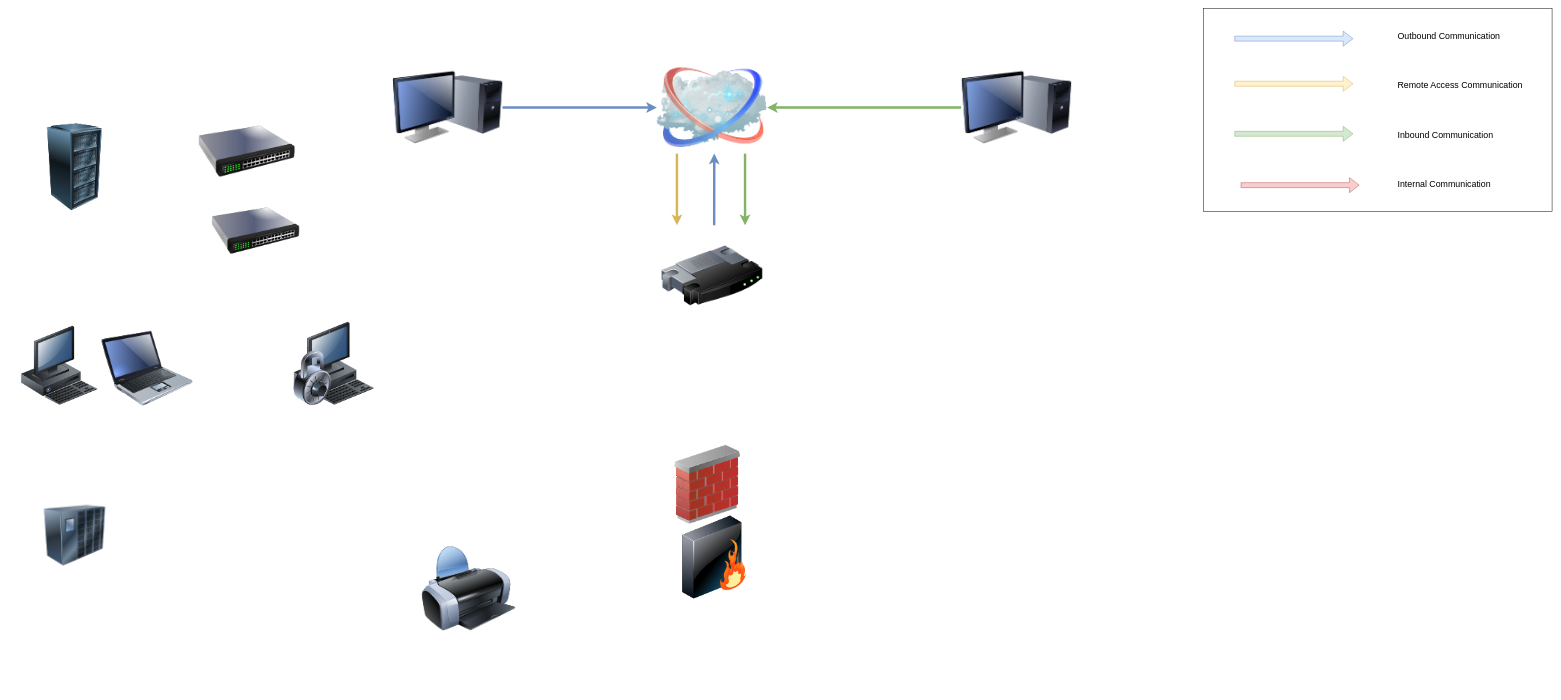
This is network_topology/Network_Topology_Merger_1.drawio from mehrunes77/Portfolio, a draw.io file, before an edit. Source tidied: cells renumbered, new cells numbered last; positions are measured from the earlier drawing's top-left corner, leaving out a move shared by most shapes. Both pictures are drawn from the tidied source at 49%, with x=0, y=0 at pixel (8, 8).
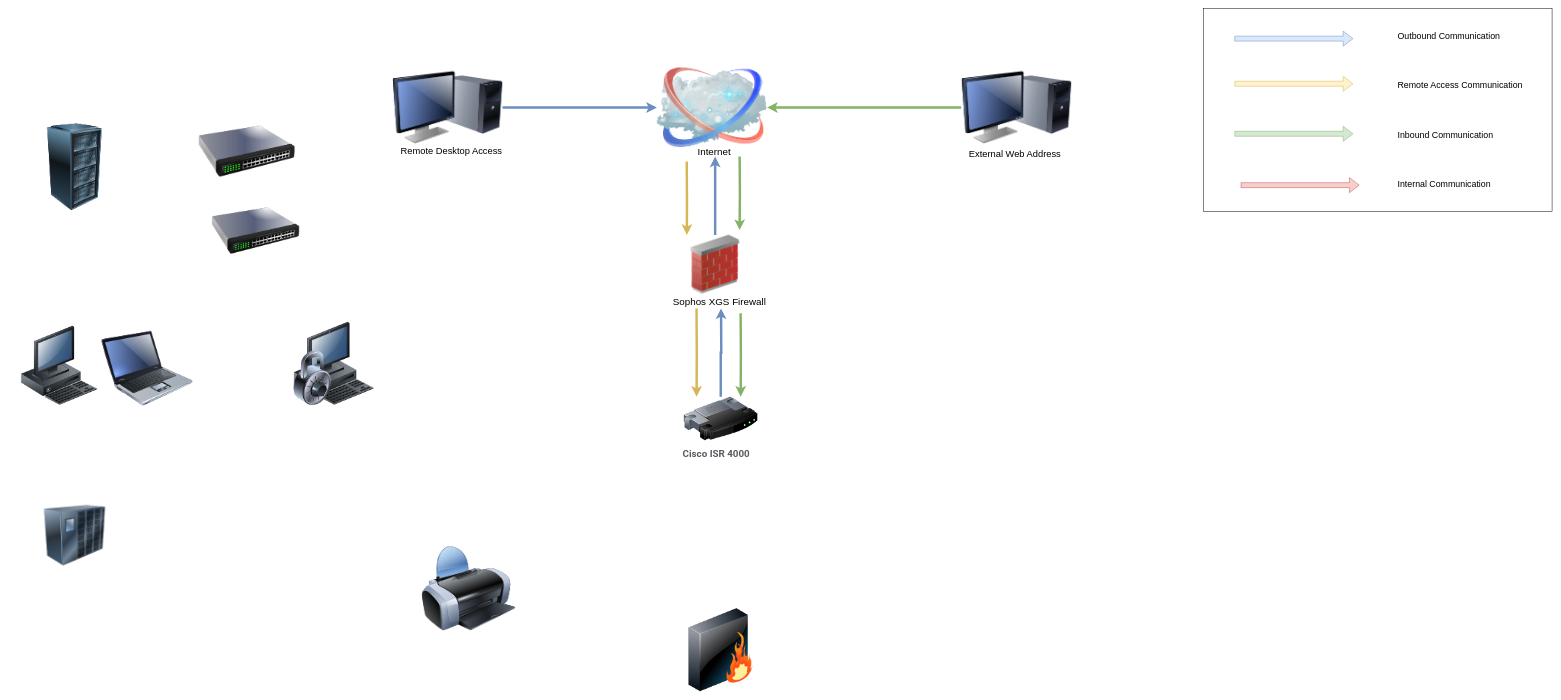
After the change.

What changed in the source:
```diff
@@
-    <mxCell id="7" style="edgeStyle=orthogonalEdgeStyle;rounded=0;orthogonalLoop=1;jettySize=auto;html=1;entryX=0.5;entryY=0;entryDx=0;entryDy=0;strokeWidth=5;fillColor=#d5e8d4;strokeColor=#82b366;" parent="1" edge="1">
-      <mxGeometry relative="1" as="geometry">
-        <mxPoint x="1503" y="296" as="sourcePoint" />
-        <mxPoint x="1503" y="442" as="targetPoint" />
-      </mxGeometry>
-    </mxCell>
+    <mxCell id="28" style="edgeStyle=orthogonalEdgeStyle;rounded=0;orthogonalLoop=1;jettySize=auto;html=1;strokeWidth=5;fillColor=#fff2cc;strokeColor=#d6b656;" parent="1" edge="1">
+      <mxGeometry relative="1" as="geometry">
+        <mxPoint x="1384" y="312" as="sourcePoint" />
+        <mxPoint x="1384.3" y="462" as="targetPoint" />
+      </mxGeometry>
+    </mxCell>
+    <mxCell id="29" style="edgeStyle=orthogonalEdgeStyle;rounded=0;orthogonalLoop=1;jettySize=auto;html=1;fillColor=#d5e8d4;strokeColor=#82b366;strokeWidth=5;" parent="1" edge="1">
+      <mxGeometry relative="1" as="geometry">
+        <mxPoint x="1492" y="302" as="sourcePoint" />
+        <mxPoint x="1491.9" y="452" as="targetPoint" />
+      </mxGeometry>
+    </mxCell>
-    <mxCell id="8" style="image;html=1;image=img/lib/clip_art/networking/Cloud_128x128.png;" parent="1" vertex="1">
+    <mxCell id="8" style="image;html=1;image=img/lib/clip_art/networking/Cloud_128x128.png;points=[[0,0,0,0,0],[0,0.25,0,0,0],[0,0.5,0,0,0],[0,0.75,0,0,0],[0,1,0,0,0],[0.25,0,0,0,0],[0.25,1,0,0,0],[0.5,0,0,0,0],[0.5,1,0,0,0],[0.75,0,0,0,0],[0.75,1,0,0,0],[1,0,0,0,0],[1,0.25,0,0,0],[1,0.5,0,0,0],[1,0.75,0,0,0],[1,1,0,0,0]];" parent="1" vertex="1">
       <mxGeometry x="1323" y="108" width="225" height="188" as="geometry" />
     </mxCell>
+    <mxCell id="30" style="edgeStyle=orthogonalEdgeStyle;rounded=0;jettySize=auto;html=1;fillColor=#dae8fc;strokeColor=#6c8ebf;strokeWidth=5;" parent="1" edge="1" source="9">
+      <mxGeometry relative="1" as="geometry">
+        <mxPoint x="1442" y="302" as="targetPoint" />
+      </mxGeometry>
+    </mxCell>
+    <mxCell id="31" style="edgeStyle=orthogonalEdgeStyle;rounded=0;orthogonalLoop=1;jettySize=auto;html=1;fillColor=#fff2cc;strokeColor=#d6b656;strokeWidth=5;" parent="1" edge="1">
+      <mxGeometry relative="1" as="geometry">
+        <mxPoint x="1404" y="612" as="sourcePoint" />
+        <mxPoint x="1404.1" y="792" as="targetPoint" />
+      </mxGeometry>
+    </mxCell>
+    <mxCell id="32" style="edgeStyle=orthogonalEdgeStyle;rounded=0;orthogonalLoop=1;jettySize=auto;html=1;fillColor=#d5e8d4;strokeColor=#82b366;strokeWidth=5;" parent="1" edge="1">
+      <mxGeometry relative="1" as="geometry">
+        <mxPoint x="1494" y="622" as="sourcePoint" />
+        <mxPoint x="1494.1" y="792" as="targetPoint" />
+      </mxGeometry>
+    </mxCell>
-    <mxCell id="9" style="image;html=1;image=img/lib/clip_art/networking/Firewall_02_128x128.png;" parent="1" vertex="1">
-      <mxGeometry x="1305" y="891" width="243" height="161" as="geometry" />
+    <mxCell id="9" style="image;html=1;image=img/lib/clip_art/networking/Firewall_02_128x128.png;points=[[0,0,0,0,0],[0,0.25,0,0,0],[0,0.5,0,0,0],[0,0.75,0,0,0],[0,1,0,0,0],[0.25,0,0,0,0],[0.25,1,0,0,0],[0.5,0,0,0,0],[0.5,1,0,0,0],[0.75,0,0,0,0],[0.75,1,0,0,0],[1,0,0,0,0],[1,0.25,0,0,0],[1,0.5,0,0,0],[1,0.75,0,0,0],[1,1,0,0,0]];" parent="1" vertex="1">
+      <mxGeometry x="1384" y="462" width="116" height="120" as="geometry" />
     </mxCell>
     <mxCell id="10" style="image;html=1;image=img/lib/clip_art/networking/Firewall_128x128.png;" parent="1" vertex="1">
-      <mxGeometry x="1364" y="1035" width="153" height="170" as="geometry" />
+      <mxGeometry x="1377" y="1224" width="153" height="170" as="geometry" />
     </mxCell>
@@
-    <mxCell id="25" style="edgeStyle=orthogonalEdgeStyle;rounded=0;orthogonalLoop=1;jettySize=auto;html=1;entryX=0.25;entryY=1;entryDx=0;entryDy=0;fillColor=#dae8fc;strokeColor=#6c8ebf;strokeWidth=5;" parent="1" edge="1">
-      <mxGeometry relative="1" as="geometry">
-        <mxPoint x="1440" y="442" as="sourcePoint" />
-        <mxPoint x="1440.2" y="296" as="targetPoint" />
-        <Array as="points">
-          <mxPoint x="1439.9" y="423" />
-          <mxPoint x="1439.9" y="423" />
-        </Array>
-      </mxGeometry>
-    </mxCell>
     <mxCell id="26" style="image;html=1;image=img/lib/clip_art/networking/Router_128x128.png;" parent="1" vertex="1">
-      <mxGeometry x="1331.8" y="442" width="207.5" height="206" as="geometry" />
+      <mxGeometry x="1376.8" y="792" width="153.2" height="90" as="geometry" />
     </mxCell>
-    <mxCell id="27" style="edgeStyle=orthogonalEdgeStyle;rounded=0;orthogonalLoop=1;jettySize=auto;html=1;entryX=0.5;entryY=0;entryDx=0;entryDy=0;strokeWidth=5;fillColor=#fff2cc;strokeColor=#d6b656;" parent="1" edge="1">
-      <mxGeometry relative="1" as="geometry">
-        <mxPoint x="1364" y="296" as="sourcePoint" />
-        <mxPoint x="1364" y="442" as="targetPoint" />
-      </mxGeometry>
-    </mxCell>
+    <mxCell id="33" style="edgeStyle=orthogonalEdgeStyle;rounded=0;jettySize=auto;html=1;strokeWidth=5;fillColor=#dae8fc;strokeColor=#6c8ebf;" parent="1" edge="1" source="26">
+      <mxGeometry relative="1" as="geometry">
+        <mxPoint x="1454" y="612" as="targetPoint" />
+      </mxGeometry>
+    </mxCell>
+    <mxCell id="34" value="&lt;font style=&quot;font-size: 19px;&quot;&gt;Remote Desktop Access&lt;/font&gt;" style="text;html=1;whiteSpace=wrap;strokeColor=none;fillColor=none;align=center;verticalAlign=middle;rounded=0;" parent="1" vertex="1">
+      <mxGeometry x="714" y="277" width="380" height="30" as="geometry" />
+    </mxCell>
+    <mxCell id="35" value="&lt;font style=&quot;font-size: 19px;&quot;&gt;External Web Address&lt;/font&gt;" style="text;html=1;whiteSpace=wrap;strokeColor=none;fillColor=none;align=center;verticalAlign=middle;rounded=0;" parent="1" vertex="1">
+      <mxGeometry x="1864" y="282.5" width="380" height="30" as="geometry" />
+    </mxCell>
+    <mxCell id="36" value="&lt;font style=&quot;font-size: 20px;&quot;&gt;Sophos XGS Firewall&lt;/font&gt;" style="text;html=1;whiteSpace=wrap;strokeColor=none;fillColor=none;align=center;verticalAlign=middle;rounded=0;" parent="1" vertex="1">
+      <mxGeometry x="1348.4" y="582" width="205.6" height="30" as="geometry" />
+    </mxCell>
+    <mxCell id="37" value="&lt;font style=&quot;font-size: 20px;&quot;&gt;Internet&lt;/font&gt;&amp;nbsp;" style="text;html=1;whiteSpace=wrap;strokeColor=none;fillColor=none;align=center;verticalAlign=middle;rounded=0;" parent="1" vertex="1">
+      <mxGeometry x="1412" y="277" width="60" height="30" as="geometry" />
+    </mxCell>
+    <mxCell id="38" value="&lt;font style=&quot;font-size: 20px;&quot;&gt;&lt;span style=&quot;color: rgb(86, 89, 94); font-family: &amp;quot;Google Sans&amp;quot;, Roboto, Arial, sans-serif; text-align: start; background-color: rgb(255, 255, 255);&quot;&gt;&amp;nbsp;&lt;/span&gt;&lt;span class=&quot;Yjhzub&quot; style=&quot;font-weight: 700; color: rgb(86, 89, 94); font-family: &amp;quot;Google Sans&amp;quot;, Roboto, Arial, sans-serif; text-align: start; background-color: rgb(255, 255, 255);&quot;&gt;&lt;span class=&quot;T286Pc&quot; style=&quot;overflow-wrap: break-word;&quot;&gt;Cisco ISR 4000&lt;/span&gt;&lt;/span&gt;&lt;/font&gt;" style="text;html=1;whiteSpace=wrap;strokeColor=none;fillColor=none;align=center;verticalAlign=middle;rounded=0;" parent="1" vertex="1">
+      <mxGeometry x="1247" y="892" width="390" height="30" as="geometry" />
+    </mxCell>
```
